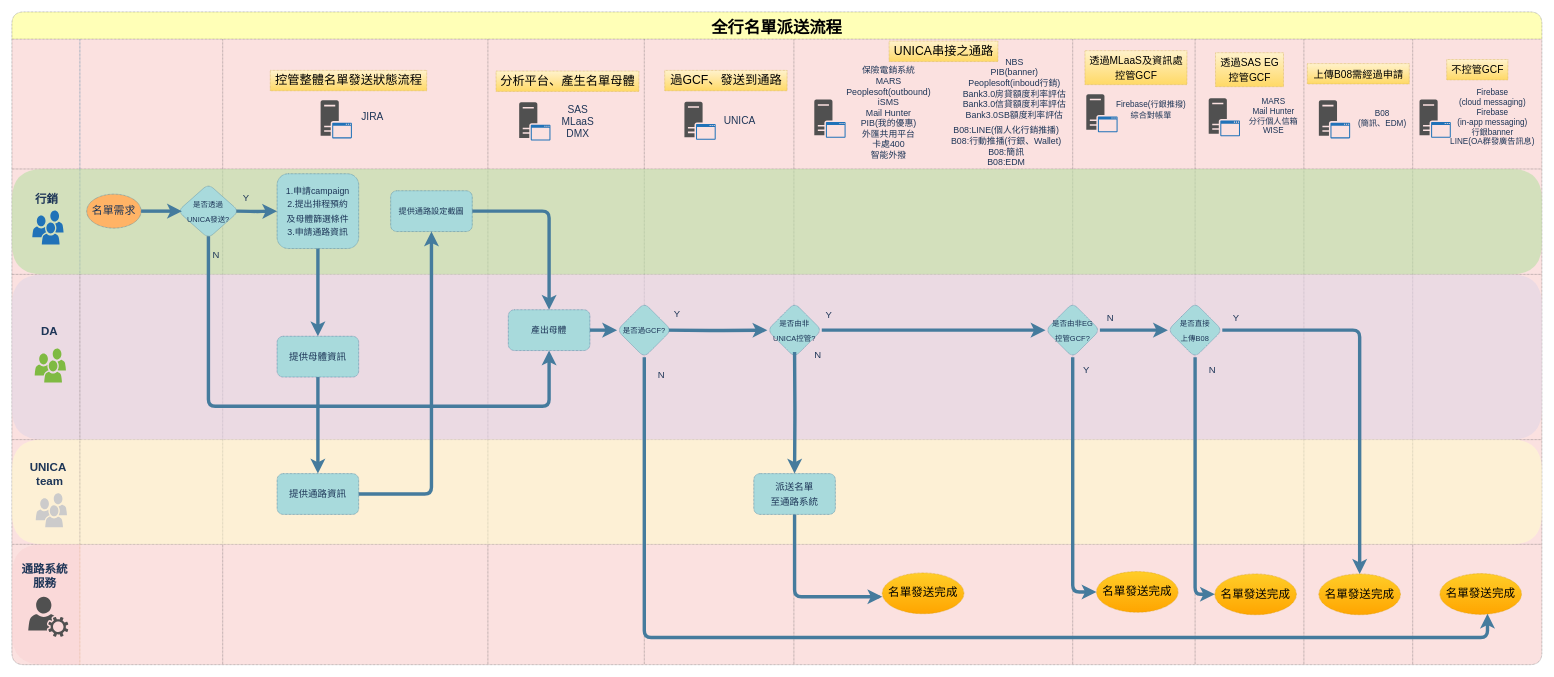
The draw.io diagram 全行名單流程.drawio in colin03564/drawio, before the edit. Source tidied: cells renumbered, new cells numbered last; positions are measured from the earlier drawing's top-left corner, leaving out a move shared by most shapes. Both pictures are drawn from the tidied source at 68%, with x=0, y=0 at pixel (12, 12).
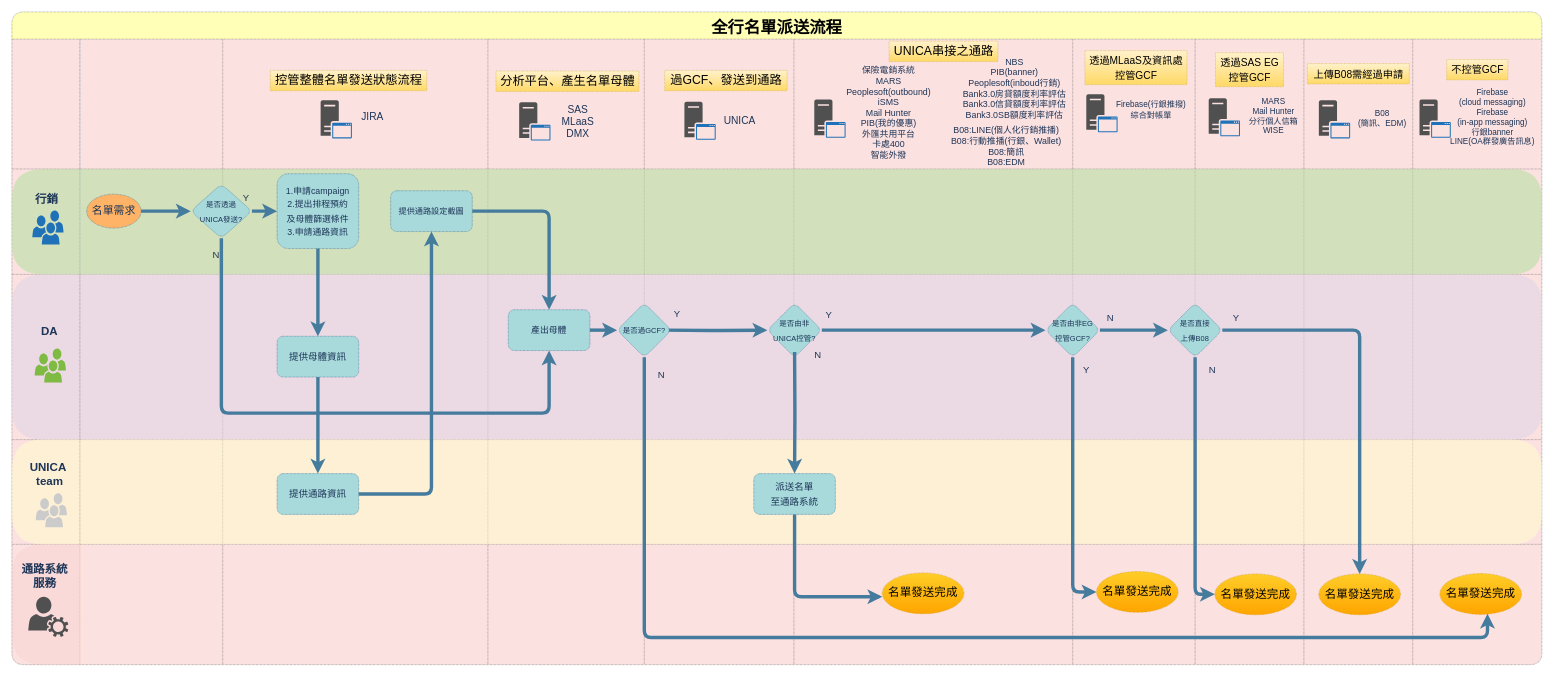
After the change.

The change refers to these unchanged cells:
```xml
<mxCell id="2" value="全行名單派送流程" style="shape=table;childLayout=tableLayout;startSize=40;fontStyle=1;rounded=1;strokeColor=#36393d;fillColor=#ffff88;fontSize=24;dashed=1;dashPattern=1 1;swimlaneFillColor=#F8CECC;arcSize=15;opacity=60;" parent="1" vertex="1">
  <mxGeometry width="2250" height="960" as="geometry" />
</mxCell>
<mxCell id="39" style="shape=tableRow;horizontal=0;startSize=100;swimlaneHead=0;swimlaneBody=0;top=0;left=0;bottom=0;right=0;fillColor=#B9E0A5;fontStyle=1;rounded=1;fontColor=#1D3557;strokeColor=#457B9D;dashed=1;dashPattern=1 1;swimlaneFillColor=#B9E0A5;opacity=60;" parent="2" vertex="1">
  <mxGeometry y="231" width="2250" height="155" as="geometry" />
</mxCell>
<mxCell id="41" value="&lt;font style=&quot;font-size: 16px;&quot;&gt;名單需求&lt;/font&gt;" style="ellipse;whiteSpace=wrap;html=1;rounded=1;fontSize=17;fontColor=#1D3557;strokeColor=#457B9D;fillColor=#FFB366;dashed=1;dashPattern=1 1;" parent="40" vertex="1">
  <mxGeometry x="10" y="37" width="80" height="50" as="geometry" />
</mxCell>
<mxCell id="43" style="swimlane;swimlaneHead=0;swimlaneBody=0;fontStyle=0;fillColor=#B9E0A5;startSize=0;fontStyle=1;rounded=1;fontColor=#1D3557;strokeColor=#457B9D;dashed=1;dashPattern=1 1;" parent="39" vertex="1">
  <mxGeometry x="310" width="390" height="155" as="geometry" />
</mxCell>
<mxCell id="44" value="&lt;font style=&quot;font-size: 13px;&quot;&gt;1.申請campaign&lt;br&gt;2.提出排程預約&lt;br&gt;及母體篩選條件&lt;br&gt;3.申請通路資訊&lt;br&gt;&lt;/font&gt;" style="whiteSpace=wrap;html=1;fontSize=17;fillColor=#A8DADC;strokeColor=#457B9D;fontColor=#1D3557;rounded=1;dashed=1;dashPattern=1 1;" parent="43" vertex="1">
  <mxGeometry x="80" y="7" width="120" height="110" as="geometry" />
</mxCell>
<mxCell id="62" value="&lt;font style=&quot;font-size: 13px;&quot;&gt;產出母體&lt;/font&gt;" style="whiteSpace=wrap;html=1;fontSize=17;fillColor=#A8DADC;strokeColor=#457B9D;fontColor=#1D3557;rounded=1;dashed=1;dashPattern=1 1;" parent="61" vertex="1">
  <mxGeometry x="30" y="52" width="120" height="60" as="geometry" />
</mxCell>
```

Diff of the diagram source:
```diff
@@
     <mxCell id="45" value="&lt;font style=&quot;font-size: 11px;&quot;&gt;是否透過&lt;br&gt;UNICA發送?&lt;/font&gt;" style="rhombus;whiteSpace=wrap;html=1;fontSize=17;fillColor=#A8DADC;strokeColor=#457B9D;fontColor=#1D3557;rounded=1;dashed=1;dashPattern=1 1;" parent="43" vertex="1">
-      <mxGeometry x="-66" y="22" width="90" height="80" as="geometry" />
+      <mxGeometry x="-47" y="22" width="90" height="80" as="geometry" />
     </mxCell>
-    <mxCell id="46" style="edgeStyle=orthogonalEdgeStyle;rounded=1;jettySize=auto;html=1;fontSize=11;fontColor=#1D3557;strokeColor=#457B9D;fillColor=#A8DADC;jumpSize=13;strokeWidth=5;" parent="43" edge="1" target="44">
-      <mxGeometry relative="1" as="geometry">
-        <mxPoint x="20" y="62" as="sourcePoint" />
-      </mxGeometry>
+    <mxCell id="46" style="edgeStyle=orthogonalEdgeStyle;rounded=1;jettySize=auto;html=1;fontSize=11;fontColor=#1D3557;strokeColor=#457B9D;fillColor=#A8DADC;jumpSize=13;strokeWidth=5;exitX=1;exitY=0.5;exitDx=0;exitDy=0;" parent="43" edge="1" source="45" target="44">
+      <mxGeometry relative="1" as="geometry" />
     </mxCell>
@@
-    <mxCell id="56" style="edgeStyle=orthogonalEdgeStyle;rounded=1;jettySize=auto;html=1;fontSize=17;fontColor=#1D3557;strokeColor=#457B9D;fillColor=#A8DADC;jumpSize=13;strokeWidth=5;" parent="39" edge="1" source="41">
-      <mxGeometry relative="1" as="geometry">
-        <mxPoint x="250" y="62" as="targetPoint" />
-      </mxGeometry>
+    <mxCell id="56" style="edgeStyle=orthogonalEdgeStyle;rounded=1;jettySize=auto;html=1;fontSize=17;fontColor=#1D3557;strokeColor=#457B9D;fillColor=#A8DADC;jumpSize=13;strokeWidth=5;" parent="39" edge="1" source="41" target="45">
+      <mxGeometry relative="1" as="geometry" />
     </mxCell>
@@
-    <mxCell id="115" style="edgeStyle=orthogonalEdgeStyle;rounded=1;jettySize=auto;html=1;entryX=0.5;entryY=1;entryDx=0;entryDy=0;fontSize=14;fontColor=#1D3557;strokeColor=#457B9D;fillColor=#A8DADC;jumpSize=13;strokeWidth=5;" parent="2" edge="1" target="62">
-      <mxGeometry relative="1" as="geometry">
-        <mxPoint x="289" y="330" as="sourcePoint" />
-        <Array as="points">
-          <mxPoint x="289" y="580" />
-          <mxPoint x="790" y="580" />
-        </Array>
-      </mxGeometry>
-    </mxCell>
@@
+    <mxCell id="131" style="edgeStyle=orthogonalEdgeStyle;rounded=1;jettySize=auto;html=1;exitX=0.5;exitY=1;exitDx=0;exitDy=0;entryX=0.5;entryY=1;entryDx=0;entryDy=0;strokeColor=#457B9D;strokeWidth=5;" parent="2" edge="1" source="45" target="62">
+      <mxGeometry relative="1" as="geometry">
+        <Array as="points">
+          <mxPoint x="308" y="590" />
+          <mxPoint x="790" y="590" />
+        </Array>
+      </mxGeometry>
+    </mxCell>
```
